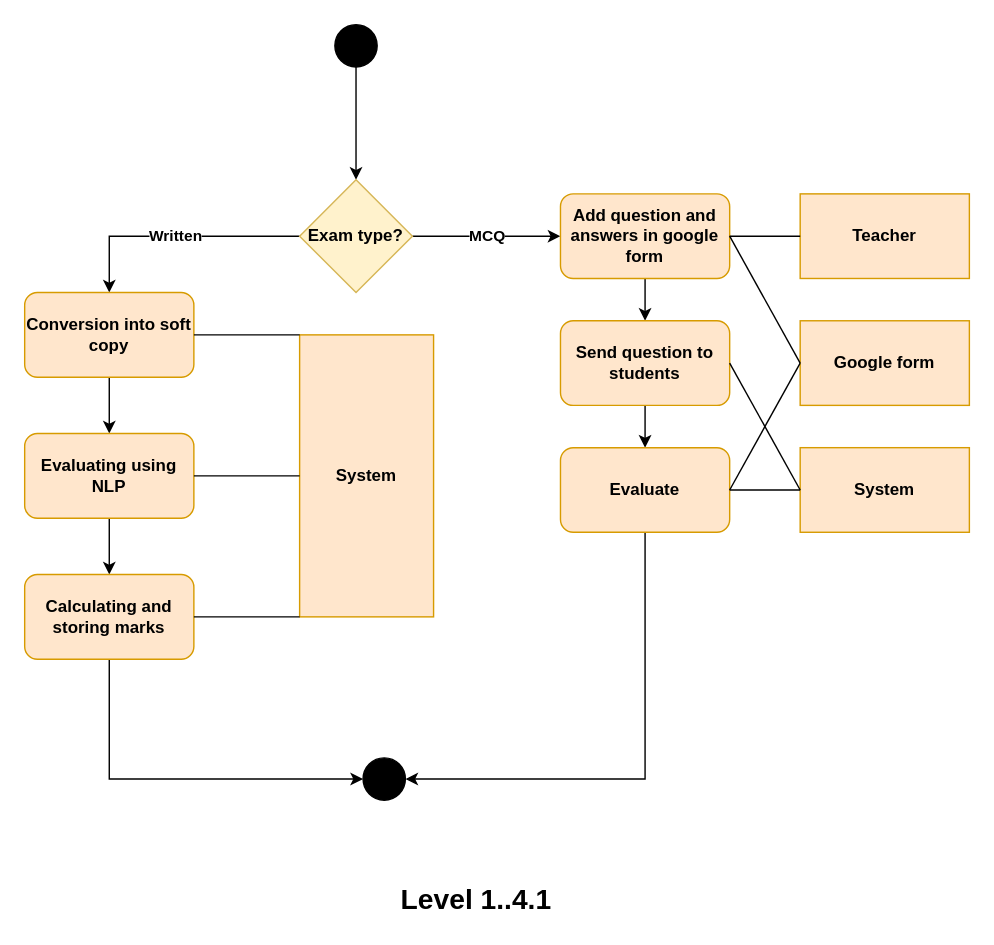
This is page "Activity 1.4.1" (17 of 21) of Diagrams.drawio from shirrsho/E-shcool, a draw.io file, before an edit. Source tidied: cells renumbered, new cells numbered last; positions are measured from the earlier drawing's top-left corner, leaving out a move shared by most shapes. Both pictures are drawn from the tidied source at 141%, with x=0, y=0 at pixel (24, 24).
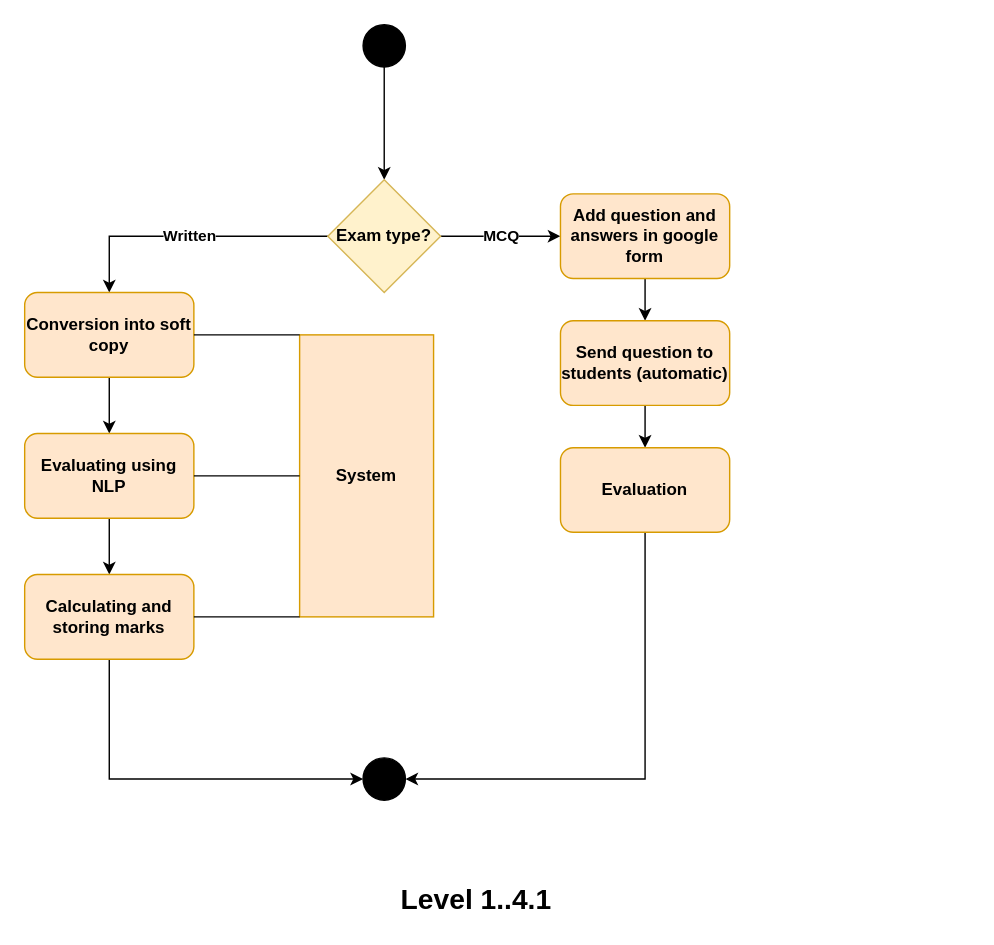
Above is the later version.

Unchanged cells that the change refers to:
```xml
<mxCell id="8" value="Add question and answers in google form" style="rounded=1;whiteSpace=wrap;html=1;fontStyle=1;fillColor=#ffe6cc;strokeColor=#d79b00;" parent="1" vertex="1">
  <mxGeometry x="380" y="120" width="120" height="60" as="geometry" />
</mxCell>
```

Diff of the diagram source:
```diff
@@
     <mxCell id="3" style="ellipse;shape=doubleEllipse;html=1;dashed=0;whitespace=wrap;fontColor=#000000;fontStyle=1;fillColor=#000000;" parent="1" vertex="1">
-      <mxGeometry x="220" width="30" height="30" as="geometry" />
+      <mxGeometry x="240" width="30" height="30" as="geometry" />
     </mxCell>
@@
     <mxCell id="6" value="Exam type?" style="rhombus;whiteSpace=wrap;html=1;fontStyle=1;fillColor=#fff2cc;strokeColor=#d6b656;" parent="1" vertex="1">
-      <mxGeometry x="195" y="110" width="80" height="80" as="geometry" />
+      <mxGeometry x="215" y="110" width="80" height="80" as="geometry" />
     </mxCell>
@@
-    <mxCell id="10" value="Send question to students" style="rounded=1;whiteSpace=wrap;html=1;fontStyle=1;fillColor=#ffe6cc;strokeColor=#d79b00;" parent="1" vertex="1">
+    <mxCell id="10" value="Send question to students (automatic)" style="rounded=1;whiteSpace=wrap;html=1;fontStyle=1;fillColor=#ffe6cc;strokeColor=#d79b00;" parent="1" vertex="1">
       <mxGeometry x="380" y="210" width="120" height="60" as="geometry" />
     </mxCell>
@@
-    <mxCell id="12" value="Evaluate" style="rounded=1;whiteSpace=wrap;html=1;fontStyle=1;fillColor=#ffe6cc;strokeColor=#d79b00;" parent="1" vertex="1">
+    <mxCell id="12" value="Evaluation" style="rounded=1;whiteSpace=wrap;html=1;fontStyle=1;fillColor=#ffe6cc;strokeColor=#d79b00;" parent="1" vertex="1">
       <mxGeometry x="380" y="300" width="120" height="60" as="geometry" />
     </mxCell>
-    <mxCell id="13" value="Teacher" style="rounded=0;whiteSpace=wrap;html=1;fontStyle=1;fillColor=#ffe6cc;strokeColor=#d79b00;" parent="1" vertex="1">
-      <mxGeometry x="550" y="120" width="120" height="60" as="geometry" />
-    </mxCell>
-    <mxCell id="14" value="Google form" style="rounded=0;whiteSpace=wrap;html=1;fontStyle=1;fillColor=#ffe6cc;strokeColor=#d79b00;" parent="1" vertex="1">
-      <mxGeometry x="550" y="210" width="120" height="60" as="geometry" />
-    </mxCell>
-    <mxCell id="15" style="endArrow=none;html=1;rounded=0;fontColor=#000000;exitX=0;exitY=0.5;exitDx=0;exitDy=0;entryX=1;entryY=0.5;entryDx=0;entryDy=0;fontStyle=1;" parent="1" edge="1" source="14" target="8">
-      <mxGeometry relative="1" as="geometry" />
-    </mxCell>
-    <mxCell id="16" style="endArrow=none;html=1;rounded=0;fontColor=#000000;entryX=0;entryY=0.5;entryDx=0;entryDy=0;exitX=1;exitY=0.5;exitDx=0;exitDy=0;fontStyle=1;" parent="1" edge="1" source="8" target="13">
-      <mxGeometry relative="1" as="geometry" />
-    </mxCell>
-    <mxCell id="17" value="System" style="rounded=0;whiteSpace=wrap;html=1;fontStyle=1;fillColor=#ffe6cc;strokeColor=#d79b00;" parent="1" vertex="1">
-      <mxGeometry x="550" y="300" width="120" height="60" as="geometry" />
-    </mxCell>
-    <mxCell id="18" style="endArrow=none;html=1;rounded=0;fontColor=#000000;entryX=0;entryY=0.5;entryDx=0;entryDy=0;exitX=1;exitY=0.5;exitDx=0;exitDy=0;fontStyle=1;" parent="1" edge="1" source="10" target="17">
-      <mxGeometry relative="1" as="geometry" />
-    </mxCell>
-    <mxCell id="19" style="endArrow=none;html=1;rounded=0;fontColor=#000000;exitX=1;exitY=0.5;exitDx=0;exitDy=0;entryX=0;entryY=0.5;entryDx=0;entryDy=0;fontStyle=1;" parent="1" edge="1" source="12" target="14">
-      <mxGeometry relative="1" as="geometry" />
-    </mxCell>
-    <mxCell id="20" style="endArrow=none;html=1;rounded=0;fontColor=#000000;entryX=0;entryY=0.5;entryDx=0;entryDy=0;exitX=1;exitY=0.5;exitDx=0;exitDy=0;fontStyle=1;" parent="1" edge="1" source="12" target="17">
-      <mxGeometry relative="1" as="geometry" />
-    </mxCell>
```
